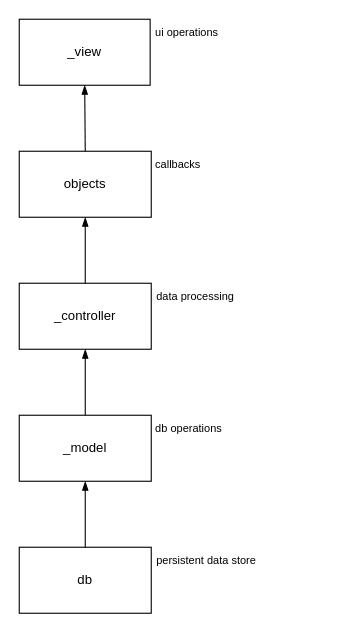
Before: page "Application Architecture" (3 of 8) of app/docs/data_model.drawio in davidwilliamriley/tracer-dash, a draw.io diagram. Source tidied: cells renumbered, new cells numbered last; positions are measured from the earlier drawing's top-left corner, leaving out a move shared by most shapes. Both pictures are drawn from the tidied source at 110%, with x=0, y=0 at pixel (19, 19).
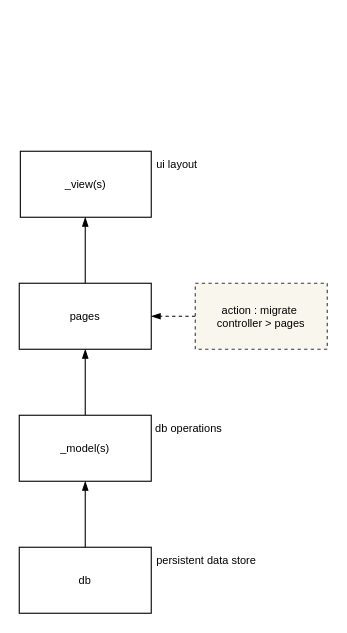
Above is the later version.

Change to the diagram source:
```diff
@@
 <mxGraphModel>
   <root>
     <mxCell id="0" />
     <mxCell id="1" parent="0" />
-    <mxCell id="2" value="db" style="rounded=0;whiteSpace=wrap;html=1;" parent="1" vertex="1">
+    <mxCell id="2" value="db" style="rounded=0;whiteSpace=wrap;html=1;fontSize=10;" parent="1" vertex="1">
       <mxGeometry y="480" width="120" height="60" as="geometry" />
     </mxCell>
-    <mxCell id="3" value="_controller" style="rounded=0;whiteSpace=wrap;html=1;" parent="1" vertex="1">
+    <mxCell id="3" value="pages" style="rounded=0;whiteSpace=wrap;html=1;fontSize=10;" parent="1" vertex="1">
       <mxGeometry y="240" width="120" height="60" as="geometry" />
     </mxCell>
-    <mxCell id="4" style="edgeStyle=none;html=1;entryX=0.5;entryY=1;entryDx=0;entryDy=0;endArrow=blockThin;endFill=1;" parent="1" edge="1" source="5" target="3">
+    <mxCell id="4" style="edgeStyle=none;html=1;entryX=0.5;entryY=1;entryDx=0;entryDy=0;endArrow=blockThin;endFill=1;fontSize=10;" parent="1" edge="1" source="5" target="3">
       <mxGeometry relative="1" as="geometry" />
     </mxCell>
-    <mxCell id="5" value="_model" style="rounded=0;whiteSpace=wrap;html=1;" parent="1" vertex="1">
+    <mxCell id="5" value="_model(s)" style="rounded=0;whiteSpace=wrap;html=1;fontSize=10;" parent="1" vertex="1">
       <mxGeometry y="360" width="120" height="60" as="geometry" />
     </mxCell>
-    <mxCell id="6" value="_view" style="rounded=0;whiteSpace=wrap;html=1;" parent="1" vertex="1">
-      <mxGeometry width="119" height="60" as="geometry" />
+    <mxCell id="6" value="_view(s)" style="rounded=0;whiteSpace=wrap;html=1;fontSize=10;" parent="1" vertex="1">
+      <mxGeometry x="1" y="120" width="119" height="60" as="geometry" />
     </mxCell>
-    <mxCell id="7" value="objects" style="rounded=0;whiteSpace=wrap;html=1;" parent="1" vertex="1">
-      <mxGeometry y="120" width="120" height="60" as="geometry" />
-    </mxCell>
-    <mxCell id="8" style="edgeStyle=none;html=1;endArrow=blockThin;endFill=1;exitX=0.5;exitY=0;exitDx=0;exitDy=0;" parent="1" edge="1" source="2" target="5">
+    <mxCell id="8" style="edgeStyle=none;html=1;endArrow=blockThin;endFill=1;exitX=0.5;exitY=0;exitDx=0;exitDy=0;fontSize=10;" parent="1" edge="1" source="2" target="5">
       <mxGeometry relative="1" as="geometry" />
     </mxCell>
-    <mxCell id="9" style="edgeStyle=none;html=1;entryX=0.5;entryY=1;entryDx=0;entryDy=0;endArrow=blockThin;endFill=1;exitX=0.5;exitY=0;exitDx=0;exitDy=0;rounded=0;curved=0;" parent="1" edge="1" source="7" target="6">
-      <mxGeometry relative="1" as="geometry" />
-    </mxCell>
-    <mxCell id="10" style="edgeStyle=none;html=1;entryX=0.5;entryY=1;entryDx=0;entryDy=0;endArrow=blockThin;endFill=1;exitX=0.5;exitY=0;exitDx=0;exitDy=0;rounded=0;curved=0;" parent="1" edge="1" source="3" target="7">
+    <mxCell id="10" style="edgeStyle=none;html=1;entryX=0.5;entryY=1;entryDx=0;entryDy=0;endArrow=blockThin;endFill=1;exitX=0.5;exitY=0;exitDx=0;exitDy=0;rounded=0;curved=0;fontSize=10;" parent="1" edge="1" source="3">
       <mxGeometry relative="1" as="geometry">
+        <mxPoint x="60" y="180" as="targetPoint" />
         <Array as="points">
           <mxPoint x="60" y="210" />
         </Array>
       </mxGeometry>
     </mxCell>
     <mxCell id="11" value="persistent data store" style="text;html=1;align=left;verticalAlign=top;whiteSpace=wrap;rounded=0;fontSize=10;spacingLeft=3;" parent="1" vertex="1">
       <mxGeometry x="120" y="480" width="120" height="60" as="geometry" />
     </mxCell>
     <mxCell id="12" value="db operations" style="text;html=1;align=left;verticalAlign=top;whiteSpace=wrap;rounded=0;fontSize=10;spacingLeft=3;" parent="1" vertex="1">
       <mxGeometry x="119" y="360" width="120" height="60" as="geometry" />
     </mxCell>
-    <mxCell id="13" value="ui operations" style="text;html=1;align=left;verticalAlign=top;whiteSpace=wrap;rounded=0;fontSize=10;spacingLeft=3;" parent="1" vertex="1">
-      <mxGeometry x="119" width="120" height="60" as="geometry" />
+    <mxCell id="13" value="ui layout" style="text;html=1;align=left;verticalAlign=top;whiteSpace=wrap;rounded=0;fontSize=10;spacingLeft=3;" parent="1" vertex="1">
+      <mxGeometry x="120" y="120" width="120" height="60" as="geometry" />
     </mxCell>
-    <mxCell id="14" value="data processing" style="text;html=1;align=left;verticalAlign=top;whiteSpace=wrap;rounded=0;fontSize=10;spacingLeft=3;" parent="1" vertex="1">
-      <mxGeometry x="120" y="240" width="120" height="60" as="geometry" />
-    </mxCell>
-    <mxCell id="15" value="callbacks" style="text;html=1;align=left;verticalAlign=top;whiteSpace=wrap;rounded=0;fontSize=10;spacingLeft=3;" parent="1" vertex="1">
-      <mxGeometry x="119" y="120" width="120" height="60" as="geometry" />
-    </mxCell>
+    <mxCell id="16" style="edgeStyle=none;html=1;entryX=0;entryY=0.5;entryDx=0;entryDy=0;endArrow=blockThin;endFill=1;dashed=1;" parent="1" edge="1" source="17">
+      <mxGeometry relative="1" as="geometry">
+        <mxPoint x="120" y="270" as="targetPoint" />
+      </mxGeometry>
+    </mxCell>
+    <mxCell id="17" value="&lt;font&gt;&lt;font&gt;action : migrate&amp;nbsp;&lt;br&gt;&lt;/font&gt;&lt;font&gt;&lt;font style=&quot;background-color: transparent;&quot;&gt;controller&amp;nbsp;&lt;/font&gt;&lt;span style=&quot;background-color: transparent;&quot;&gt;&amp;gt; pages&lt;/span&gt;&lt;/font&gt;&lt;/font&gt;" style="rounded=0;whiteSpace=wrap;html=1;fillColor=#f9f7ed;strokeColor=#36393d;fontSize=10;dashed=1;" parent="1" vertex="1">
+      <mxGeometry x="160" y="240" width="120" height="60" as="geometry" />
+    </mxCell>
   </root>
 </mxGraphModel>
```
